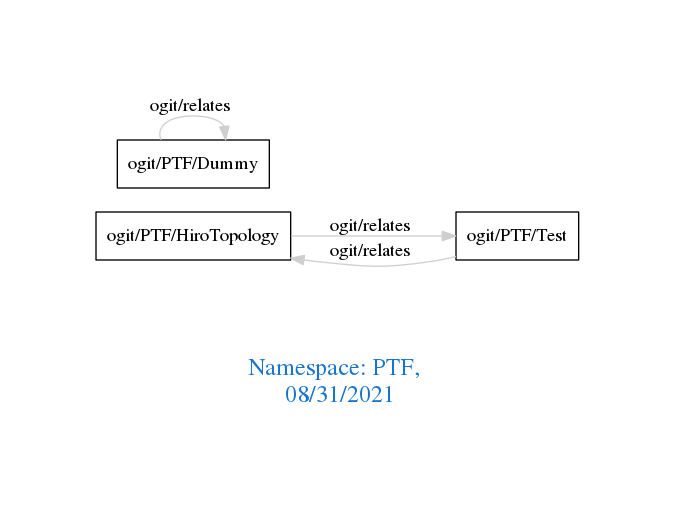
The Graphviz diagram downloads/PTF.png in arago/OGIT, before a commit. Its source is kept beside it as downloads/PTF.dot.
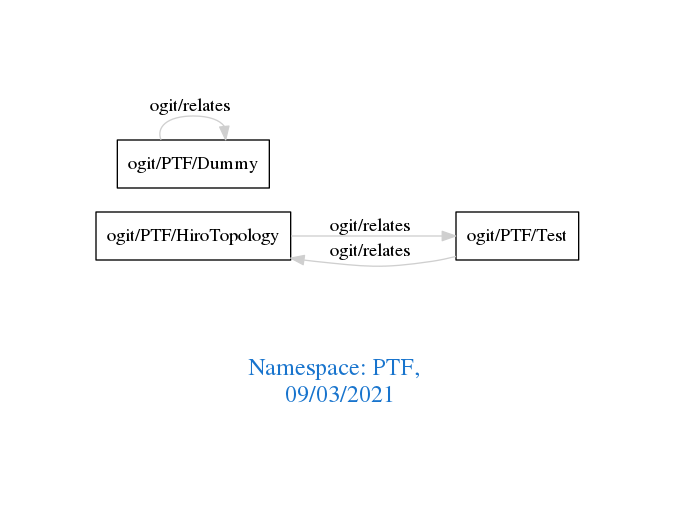
The same diagram one commit later.

What changed in the source:
```diff
@@ -1,7 +1,7 @@
 digraph OGIT_ontology {
  graph [ rankdir= LR,pad=1
 fontsize = 18,
-fontcolor= dodgerblue3,label = "\n\n\nNamespace: PTF, \n 08/31/2021"];
+fontcolor= dodgerblue3,label = "\n\n\nNamespace: PTF, \n 09/03/2021"];
 node[shape=polygon];
 edge [  color="gray81"];
 
```
